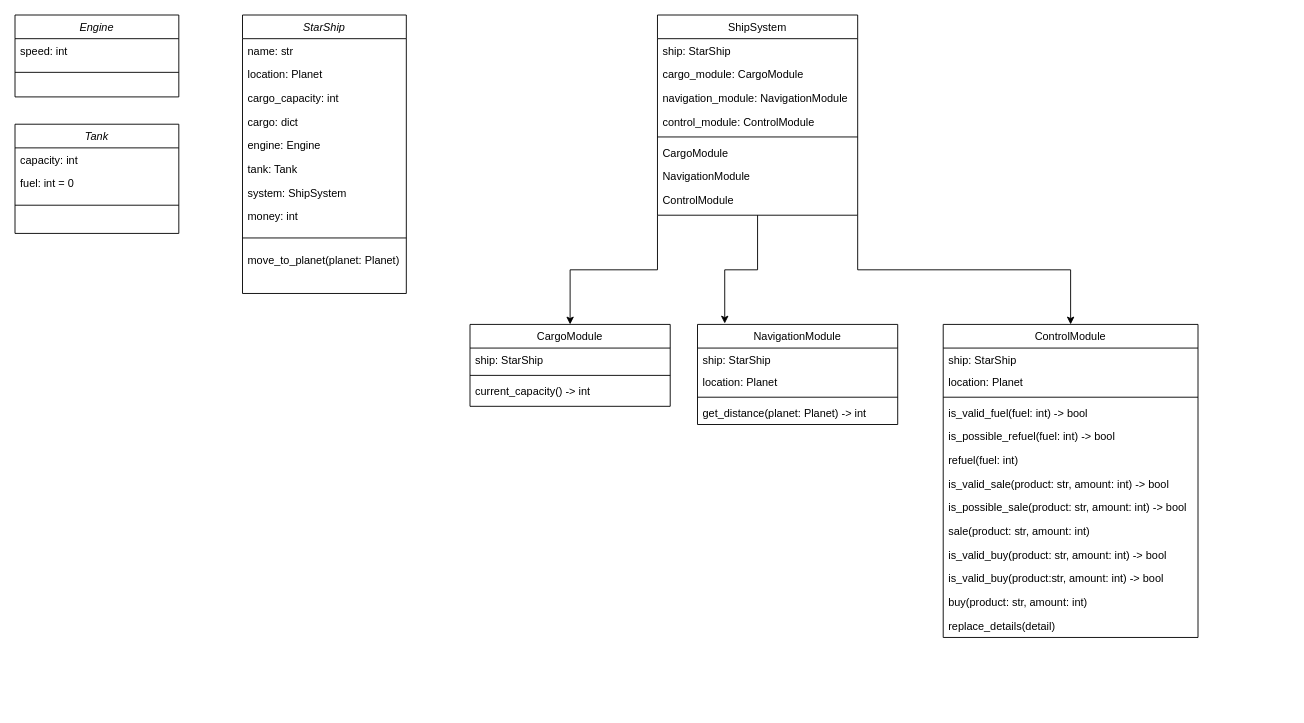
The draw.io diagram page "star_ship" (1 of 2) of Space_Tracking/Space_Tracking.drawio in CURROCHKA/miner, before the edit. Source tidied: cells renumbered, new cells numbered last; positions are measured from the earlier drawing's top-left corner, leaving out a move shared by most shapes. Both pictures are drawn from the tidied source at 91%, with x=0, y=0 at pixel (15, 15).
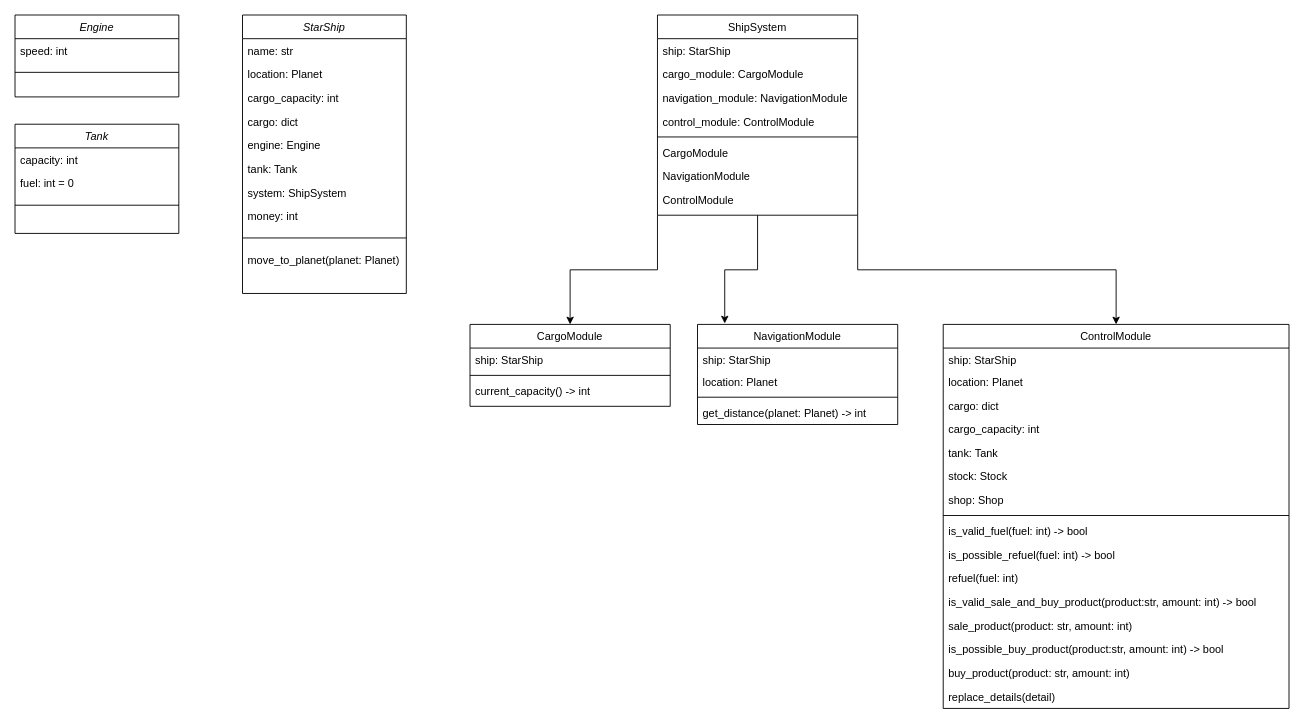
The same page after the edit.

Diff of the diagram source:
```diff
@@
     <mxCell id="34" value="ControlModule" style="swimlane;fontStyle=0;align=center;verticalAlign=top;horizontal=1;startSize=26;rounded=0;shadow=0;strokeWidth=1;" parent="1" vertex="1">
-      <mxGeometry x="1020" y="340" width="280" height="344" as="geometry" />
+      <mxGeometry x="1020" y="340" width="380" height="422" as="geometry" />
     </mxCell>
     <mxCell id="35" value="ship: StarShip" style="text;align=left;verticalAlign=top;spacingLeft=4;spacingRight=4;overflow=hidden;" parent="34" vertex="1">
-      <mxGeometry y="26" width="280" height="24" as="geometry" />
+      <mxGeometry y="26" width="380" height="24" as="geometry" />
     </mxCell>
     <mxCell id="36" value="location: Planet" style="text;align=left;verticalAlign=top;spacingLeft=4;spacingRight=4;overflow=hidden;" parent="34" vertex="1">
-      <mxGeometry y="50" width="280" height="26" as="geometry" />
+      <mxGeometry y="50" width="380" height="26" as="geometry" />
     </mxCell>
+    <mxCell id="55" value="cargo: dict" style="text;align=left;verticalAlign=top;spacingLeft=4;spacingRight=4;overflow=hidden;" parent="34" vertex="1">
+      <mxGeometry y="76" width="380" height="26" as="geometry" />
+    </mxCell>
+    <mxCell id="56" value="cargo_capacity: int " style="text;align=left;verticalAlign=top;spacingLeft=4;spacingRight=4;overflow=hidden;" parent="34" vertex="1">
+      <mxGeometry y="102" width="380" height="26" as="geometry" />
+    </mxCell>
+    <mxCell id="57" value="tank: Tank" style="text;align=left;verticalAlign=top;spacingLeft=4;spacingRight=4;overflow=hidden;" parent="34" vertex="1">
+      <mxGeometry y="128" width="380" height="26" as="geometry" />
+    </mxCell>
+    <mxCell id="58" value="stock: Stock" style="text;align=left;verticalAlign=top;spacingLeft=4;spacingRight=4;overflow=hidden;" parent="34" vertex="1">
+      <mxGeometry y="154" width="380" height="26" as="geometry" />
+    </mxCell>
+    <mxCell id="59" value="shop: Shop&#10;" style="text;align=left;verticalAlign=top;spacingLeft=4;spacingRight=4;overflow=hidden;" parent="34" vertex="1">
+      <mxGeometry y="180" width="380" height="26" as="geometry" />
+    </mxCell>
     <mxCell id="37" style="line;html=1;strokeWidth=1;align=left;verticalAlign=middle;spacingTop=-1;spacingLeft=3;spacingRight=3;labelPosition=right;" parent="34" vertex="1">
-      <mxGeometry y="76" width="280" height="8" as="geometry" />
+      <mxGeometry y="206" width="380" height="8" as="geometry" />
     </mxCell>
     <mxCell id="38" value="is_valid_fuel(fuel: int) -&gt; bool" style="text;align=left;verticalAlign=top;spacingLeft=4;spacingRight=4;overflow=hidden;" parent="34" vertex="1">
-      <mxGeometry y="84" width="280" height="26" as="geometry" />
+      <mxGeometry y="214" width="380" height="26" as="geometry" />
     </mxCell>
     <mxCell id="39" value="is_possible_refuel(fuel: int) -&gt; bool" style="text;align=left;verticalAlign=top;spacingLeft=4;spacingRight=4;overflow=hidden;" parent="34" vertex="1">
-      <mxGeometry y="110" width="280" height="26" as="geometry" />
+      <mxGeometry y="240" width="380" height="26" as="geometry" />
     </mxCell>
     <mxCell id="40" value="refuel(fuel: int)&#10;" style="text;align=left;verticalAlign=top;spacingLeft=4;spacingRight=4;overflow=hidden;" parent="34" vertex="1">
-      <mxGeometry y="136" width="280" height="26" as="geometry" />
+      <mxGeometry y="266" width="380" height="26" as="geometry" />
     </mxCell>
-    <mxCell id="41" value="is_valid_sale(product: str, amount: int) -&gt; bool" style="text;align=left;verticalAlign=top;spacingLeft=4;spacingRight=4;overflow=hidden;" parent="34" vertex="1">
-      <mxGeometry y="162" width="280" height="26" as="geometry" />
-    </mxCell>
-    <mxCell id="42" value="is_possible_sale(product: str, amount: int) -&gt; bool" style="text;align=left;verticalAlign=top;spacingLeft=4;spacingRight=4;overflow=hidden;" parent="34" vertex="1">
-      <mxGeometry y="188" width="280" height="26" as="geometry" />
-    </mxCell>
+    <mxCell id="45" value="is_valid_sale_and_buy_product(product:str, amount: int) -&gt; bool" style="text;align=left;verticalAlign=top;spacingLeft=4;spacingRight=4;overflow=hidden;" parent="34" vertex="1">
+      <mxGeometry y="292" width="380" height="26" as="geometry" />
+    </mxCell>
-    <mxCell id="43" value="sale(product: str, amount: int)" style="text;align=left;verticalAlign=top;spacingLeft=4;spacingRight=4;overflow=hidden;" parent="34" vertex="1">
-      <mxGeometry y="214" width="280" height="26" as="geometry" />
+    <mxCell id="43" value="sale_product(product: str, amount: int)" style="text;align=left;verticalAlign=top;spacingLeft=4;spacingRight=4;overflow=hidden;" parent="34" vertex="1">
+      <mxGeometry y="318" width="380" height="26" as="geometry" />
     </mxCell>
-    <mxCell id="44" value="is_valid_buy(product: str, amount: int) -&gt; bool" style="text;align=left;verticalAlign=top;spacingLeft=4;spacingRight=4;overflow=hidden;" parent="34" vertex="1">
-      <mxGeometry y="240" width="280" height="26" as="geometry" />
-    </mxCell>
-    <mxCell id="45" value="is_valid_buy(product:str, amount: int) -&gt; bool" style="text;align=left;verticalAlign=top;spacingLeft=4;spacingRight=4;overflow=hidden;" parent="34" vertex="1">
-      <mxGeometry y="266" width="280" height="26" as="geometry" />
-    </mxCell>
+    <mxCell id="60" value="is_possible_buy_product(product:str, amount: int) -&gt; bool" style="text;align=left;verticalAlign=top;spacingLeft=4;spacingRight=4;overflow=hidden;" parent="34" vertex="1">
+      <mxGeometry y="344" width="380" height="26" as="geometry" />
+    </mxCell>
-    <mxCell id="46" value="buy(product: str, amount: int)" style="text;align=left;verticalAlign=top;spacingLeft=4;spacingRight=4;overflow=hidden;" parent="34" vertex="1">
-      <mxGeometry y="292" width="280" height="26" as="geometry" />
+    <mxCell id="46" value="buy_product(product: str, amount: int)" style="text;align=left;verticalAlign=top;spacingLeft=4;spacingRight=4;overflow=hidden;" parent="34" vertex="1">
+      <mxGeometry y="370" width="380" height="26" as="geometry" />
     </mxCell>
     <mxCell id="47" value="replace_details(detail) " style="text;align=left;verticalAlign=top;spacingLeft=4;spacingRight=4;overflow=hidden;" parent="34" vertex="1">
-      <mxGeometry y="318" width="280" height="26" as="geometry" />
+      <mxGeometry y="396" width="380" height="26" as="geometry" />
     </mxCell>
```
